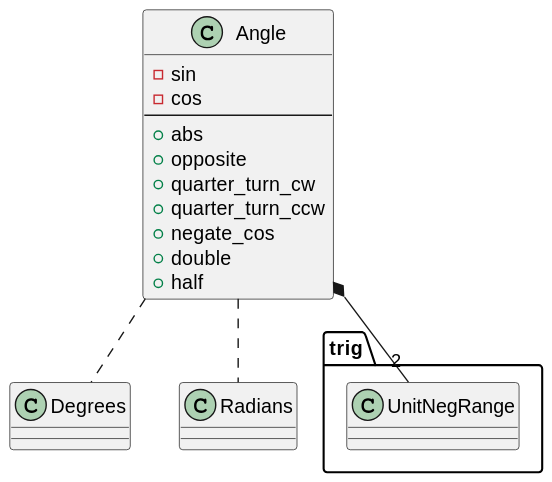
kenba/angle-sc-rs keeps this PlantUML diagram as docs/images/angle_class_diagram.svg. Above is the earlier version.
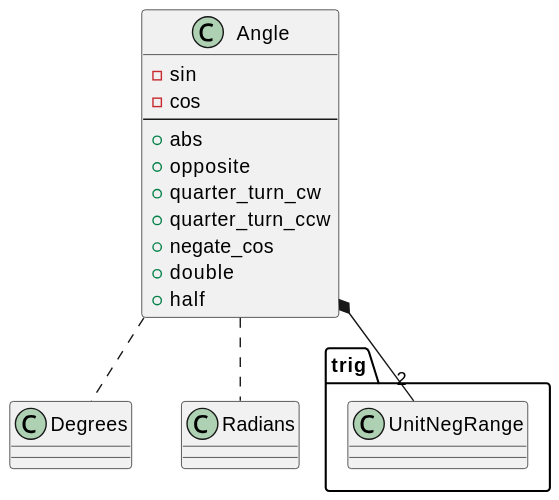
After the change.

Commit message:
Fix clippy issues and UML diagram.

Change to the diagram source:
```diff
@@ -1,8 +1,8 @@
 @startuml
 
 
+set namespaceSeparator ::
 
-set namespaceSeparator ::
     class Angle {
         - sin
         - cos
```
